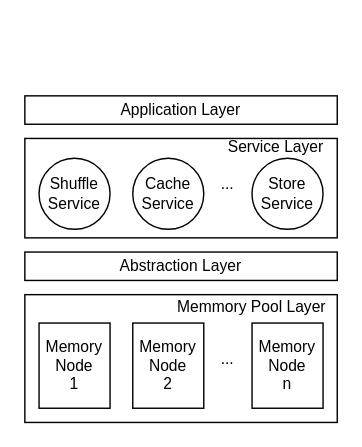
The draw.io diagram 3m_paper/overall.drawio in linqinluli/picture_draw, before the edit. Source tidied: cells renumbered, new cells numbered last; positions are measured from the earlier drawing's top-left corner, leaving out a move shared by most shapes. Both pictures are drawn from the tidied source at 142%, with x=0, y=0 at pixel (24, 95).
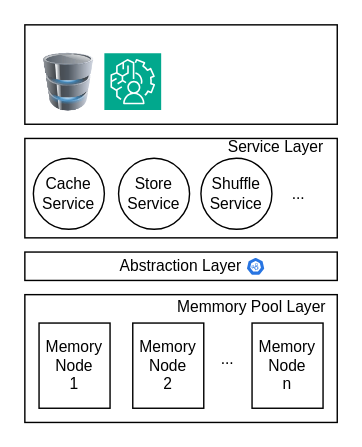
After the change.

The edit, as a diff of the source:
```diff
@@
 <mxGraphModel>
   <root>
     <mxCell id="0" />
     <mxCell id="1" parent="0" />
     <mxCell id="2" style="rounded=0;whiteSpace=wrap;html=1;fontSize=11;" parent="1" vertex="1">
       <mxGeometry y="140" width="220" height="90" as="geometry" />
     </mxCell>
     <mxCell id="3" value="Memory&lt;br style=&quot;font-size: 11px;&quot;&gt;Node&lt;br style=&quot;font-size: 11px;&quot;&gt;1" style="rounded=0;whiteSpace=wrap;html=1;fontSize=11;" parent="1" vertex="1">
       <mxGeometry x="10" y="160" width="50" height="60" as="geometry" />
     </mxCell>
     <mxCell id="4" value="Memory&lt;br style=&quot;border-color: var(--border-color); font-size: 11px;&quot;&gt;Node&lt;br style=&quot;border-color: var(--border-color); font-size: 11px;&quot;&gt;2" style="rounded=0;whiteSpace=wrap;html=1;fontSize=11;" parent="1" vertex="1">
       <mxGeometry x="76" y="160" width="50" height="60" as="geometry" />
     </mxCell>
     <mxCell id="5" value="Memory&lt;br style=&quot;font-size: 11px;&quot;&gt;Node&lt;br style=&quot;font-size: 11px;&quot;&gt;n" style="rounded=0;whiteSpace=wrap;html=1;fontSize=11;" parent="1" vertex="1">
       <mxGeometry x="160" y="160" width="50" height="60" as="geometry" />
     </mxCell>
     <mxCell id="6" value="Memmory Pool Layer" style="text;html=1;align=center;verticalAlign=middle;whiteSpace=wrap;rounded=0;fontSize=11;" parent="1" vertex="1">
       <mxGeometry x="100" y="144" width="120" height="10" as="geometry" />
     </mxCell>
     <mxCell id="7" value="&lt;span style=&quot;font-size: 11px;&quot;&gt;...&lt;/span&gt;" style="text;html=1;align=center;verticalAlign=middle;whiteSpace=wrap;rounded=0;fontSize=11;" parent="1" vertex="1">
       <mxGeometry x="126" y="170" width="34" height="30" as="geometry" />
     </mxCell>
     <mxCell id="8" value="Abstraction Layer" style="rounded=0;whiteSpace=wrap;html=1;fontSize=11;" parent="1" vertex="1">
       <mxGeometry y="110" width="220" height="20" as="geometry" />
     </mxCell>
     <mxCell id="9" style="rounded=0;whiteSpace=wrap;html=1;fontSize=11;" parent="1" vertex="1">
       <mxGeometry y="30" width="220" height="70" as="geometry" />
     </mxCell>
     <mxCell id="10" value="Service Layer" style="text;html=1;align=center;verticalAlign=middle;whiteSpace=wrap;rounded=0;fontSize=11;" parent="1" vertex="1">
       <mxGeometry x="136" y="31" width="82" height="10" as="geometry" />
     </mxCell>
-    <mxCell id="11" value="Shuffle&lt;br style=&quot;font-size: 11px;&quot;&gt;Service" style="ellipse;whiteSpace=wrap;html=1;fontSize=11;" parent="1" vertex="1">
-      <mxGeometry x="10" y="44" width="50" height="50" as="geometry" />
+    <mxCell id="11" value="Cache&lt;br style=&quot;font-size: 11px;&quot;&gt;Service" style="ellipse;whiteSpace=wrap;html=1;fontSize=11;" parent="1" vertex="1">
+      <mxGeometry x="6" y="44" width="50" height="50" as="geometry" />
     </mxCell>
-    <mxCell id="12" value="Cache&lt;br style=&quot;font-size: 11px;&quot;&gt;Service" style="ellipse;whiteSpace=wrap;html=1;fontSize=11;" parent="1" vertex="1">
-      <mxGeometry x="76" y="44" width="50" height="50" as="geometry" />
+    <mxCell id="12" value="Store&lt;br style=&quot;font-size: 11px;&quot;&gt;Service" style="ellipse;whiteSpace=wrap;html=1;fontSize=11;" parent="1" vertex="1">
+      <mxGeometry x="66" y="44" width="50" height="50" as="geometry" />
     </mxCell>
-    <mxCell id="13" value="Store&lt;br style=&quot;font-size: 11px;&quot;&gt;Service" style="ellipse;whiteSpace=wrap;html=1;fontSize=11;" parent="1" vertex="1">
-      <mxGeometry x="160" y="44" width="50" height="50" as="geometry" />
+    <mxCell id="13" value="Shuffle&lt;br style=&quot;font-size: 11px;&quot;&gt;Service" style="ellipse;whiteSpace=wrap;html=1;fontSize=11;" parent="1" vertex="1">
+      <mxGeometry x="124" y="44" width="50" height="50" as="geometry" />
     </mxCell>
-    <mxCell id="14" value="Application Layer" style="rounded=0;whiteSpace=wrap;html=1;fontSize=11;" parent="1" vertex="1">
-      <mxGeometry width="220" height="20" as="geometry" />
+    <mxCell id="14" style="rounded=0;whiteSpace=wrap;html=1;fontSize=11;" parent="1" vertex="1">
+      <mxGeometry y="-50" width="220" height="70" as="geometry" />
     </mxCell>
     <mxCell id="15" value="&lt;span style=&quot;font-size: 11px;&quot;&gt;...&lt;/span&gt;" style="text;html=1;align=center;verticalAlign=middle;whiteSpace=wrap;rounded=0;fontSize=11;" parent="1" vertex="1">
-      <mxGeometry x="126" y="47" width="34" height="30" as="geometry" />
+      <mxGeometry x="176" y="54" width="34" height="30" as="geometry" />
     </mxCell>
+    <mxCell id="16" style="sketch=0;html=1;dashed=0;whitespace=wrap;fillColor=#2875E2;strokeColor=#ffffff;shape=mxgraph.kubernetes.icon2;prIcon=api;" parent="1" vertex="1">
+      <mxGeometry x="156" y="113.8" width="13" height="12.5" as="geometry" />
+    </mxCell>
+    <mxCell id="17" style="image;html=1;image=img/lib/clip_art/computers/Database_128x128.png;" parent="1" vertex="1">
+      <mxGeometry x="0.5" y="-30" width="61" height="41" as="geometry" />
+    </mxCell>
+    <mxCell id="18" style="sketch=0;fontColor=#232F3E;fillColor=#01A88D;strokeColor=#ffffff;dashed=0;verticalLabelPosition=bottom;verticalAlign=top;align=center;html=1;fontSize=12;fontStyle=0;shape=mxgraph.aws4.resourceIcon;resIcon=mxgraph.aws4.augmented_ai;" parent="1" vertex="1">
+      <mxGeometry x="56" y="-30" width="40" height="40" as="geometry" />
+    </mxCell>
   </root>
 </mxGraphModel>
```
